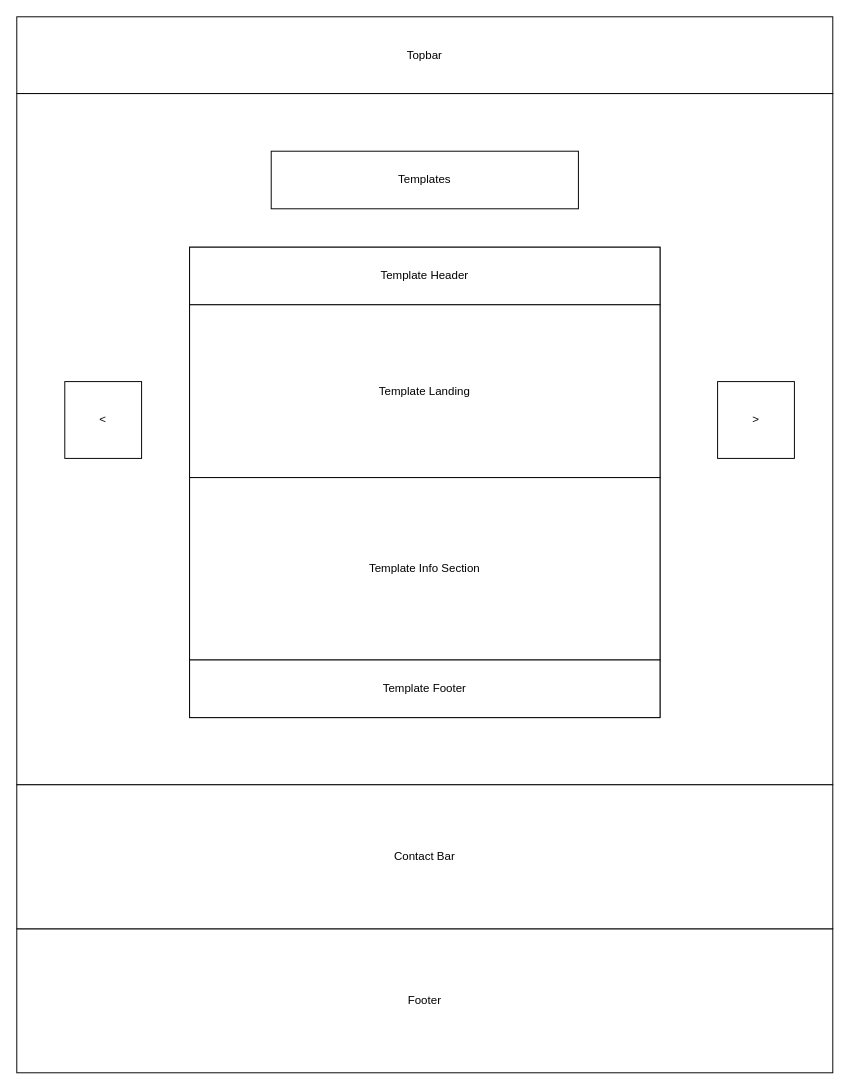
The draw.io diagram page "Templates" (3 of 4) of Frontend/src/Wireframes/Structure.drawio in DeanWilcoxson/BusinessWebsite, before the edit. Source tidied: cells renumbered, new cells numbered last; positions are measured from the earlier drawing's top-left corner, leaving out a move shared by most shapes. Both pictures are drawn from the tidied source at 96%, with x=0, y=0 at pixel (16, 16).
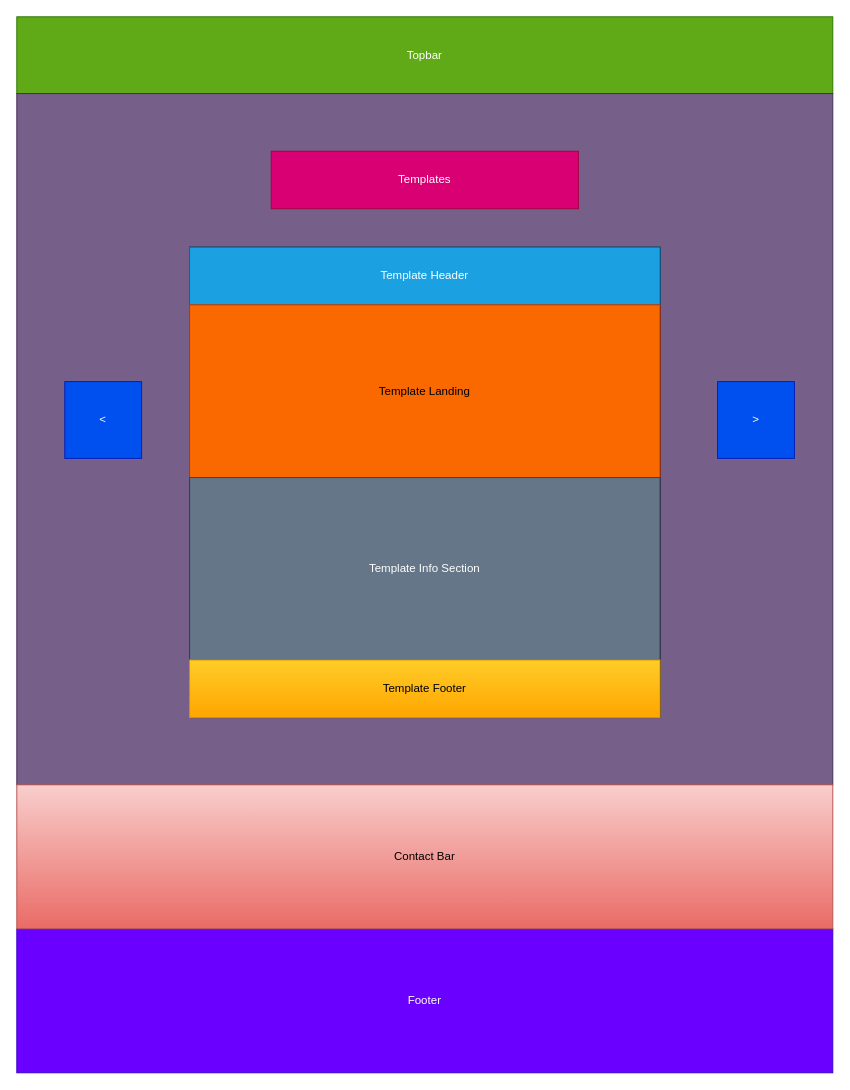
The same diagram, later.

What changed in the source:
```diff
@@
 <mxGraphModel>
   <root>
     <mxCell id="0" />
     <mxCell id="1" parent="0" />
-    <mxCell id="2" value="Topbar" style="rounded=0;whiteSpace=wrap;html=1;" parent="1" vertex="1">
+    <mxCell id="2" value="Topbar" style="rounded=0;whiteSpace=wrap;html=1;fillColor=#60a917;fontColor=#ffffff;strokeColor=#2D7600;" parent="1" vertex="1">
       <mxGeometry width="850" height="80" as="geometry" />
     </mxCell>
-    <mxCell id="3" style="rounded=0;whiteSpace=wrap;html=1;" parent="1" vertex="1">
+    <mxCell id="3" style="rounded=0;whiteSpace=wrap;html=1;fillColor=#76608a;strokeColor=#432D57;fontColor=#ffffff;" parent="1" vertex="1">
       <mxGeometry y="80" width="850" height="720" as="geometry" />
     </mxCell>
-    <mxCell id="4" value="Templates" style="rounded=0;whiteSpace=wrap;html=1;" parent="1" vertex="1">
+    <mxCell id="4" value="Templates" style="rounded=0;whiteSpace=wrap;html=1;fillColor=#d80073;fontColor=#ffffff;strokeColor=#A50040;" parent="1" vertex="1">
       <mxGeometry x="265" y="140" width="320" height="60" as="geometry" />
     </mxCell>
     <mxCell id="5" style="whiteSpace=wrap;html=1;" parent="1" vertex="1">
       <mxGeometry x="180" y="240" width="490" height="490" as="geometry" />
     </mxCell>
-    <mxCell id="6" value="Template Header" style="rounded=0;whiteSpace=wrap;html=1;" parent="1" vertex="1">
+    <mxCell id="6" value="Template Header" style="rounded=0;whiteSpace=wrap;html=1;fillColor=#1ba1e2;fontColor=#ffffff;strokeColor=#006EAF;" parent="1" vertex="1">
       <mxGeometry x="180" y="240" width="490" height="60" as="geometry" />
     </mxCell>
-    <mxCell id="7" value="Template Landing" style="rounded=0;whiteSpace=wrap;html=1;" parent="1" vertex="1">
+    <mxCell id="7" value="Template Landing" style="rounded=0;whiteSpace=wrap;html=1;fillColor=#fa6800;fontColor=#000000;strokeColor=#C73500;" parent="1" vertex="1">
       <mxGeometry x="180" y="300" width="490" height="180" as="geometry" />
     </mxCell>
-    <mxCell id="8" value="&amp;gt;" style="whiteSpace=wrap;html=1;" parent="1" vertex="1">
+    <mxCell id="8" value="&amp;gt;" style="whiteSpace=wrap;html=1;fillColor=#0050ef;strokeColor=#001DBC;fontColor=#ffffff;" parent="1" vertex="1">
       <mxGeometry x="730" y="380" width="80" height="80" as="geometry" />
     </mxCell>
-    <mxCell id="9" value="&amp;lt;" style="whiteSpace=wrap;html=1;" parent="1" vertex="1">
+    <mxCell id="9" value="&amp;lt;" style="whiteSpace=wrap;html=1;fillColor=#0050ef;strokeColor=#001DBC;fontColor=#ffffff;" parent="1" vertex="1">
       <mxGeometry x="50" y="380" width="80" height="80" as="geometry" />
     </mxCell>
-    <mxCell id="10" value="Footer" style="rounded=0;whiteSpace=wrap;html=1;" parent="1" vertex="1">
+    <mxCell id="10" value="Footer" style="rounded=0;whiteSpace=wrap;html=1;fillColor=#6a00ff;fontColor=#ffffff;strokeColor=#3700CC;" parent="1" vertex="1">
       <mxGeometry y="950" width="850" height="150" as="geometry" />
     </mxCell>
-    <mxCell id="11" value="Template Info Section" style="rounded=0;whiteSpace=wrap;html=1;" parent="1" vertex="1">
+    <mxCell id="11" value="Template Info Section" style="rounded=0;whiteSpace=wrap;html=1;fillColor=#647687;fontColor=#ffffff;strokeColor=#314354;" parent="1" vertex="1">
       <mxGeometry x="180" y="480" width="490" height="190" as="geometry" />
     </mxCell>
-    <mxCell id="12" value="Template Footer" style="rounded=0;whiteSpace=wrap;html=1;" parent="1" vertex="1">
+    <mxCell id="12" value="Template Footer" style="rounded=0;whiteSpace=wrap;html=1;fillColor=#ffcd28;strokeColor=#d79b00;gradientColor=#ffa500;" parent="1" vertex="1">
       <mxGeometry x="180" y="670" width="490" height="60" as="geometry" />
     </mxCell>
-    <mxCell id="13" value="Contact Bar" style="rounded=0;whiteSpace=wrap;html=1;" parent="1" vertex="1">
+    <mxCell id="13" value="Contact Bar" style="rounded=0;whiteSpace=wrap;html=1;fillColor=#f8cecc;gradientColor=#ea6b66;strokeColor=#b85450;" parent="1" vertex="1">
       <mxGeometry y="800" width="850" height="150" as="geometry" />
     </mxCell>
   </root>
 </mxGraphModel>
```
